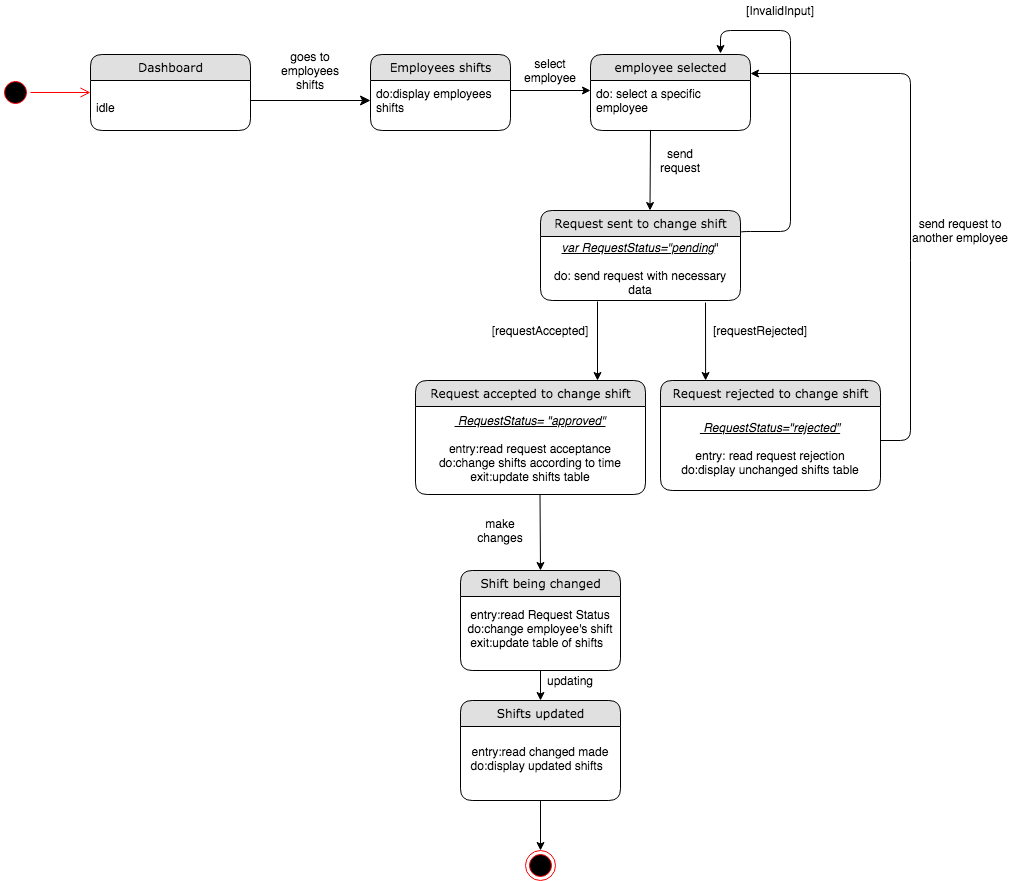
Above: Diagrams/State Chart Diagrams FINAL/ST_14 CHANGE EMPLOYEE SHIFT.png in kkasharaj17/SE-project (draw.io), before the change. Source tidied: cells renumbered, new cells last; positions are measured from the earlier drawing's top-left corner, leaving out a move shared by most shapes.
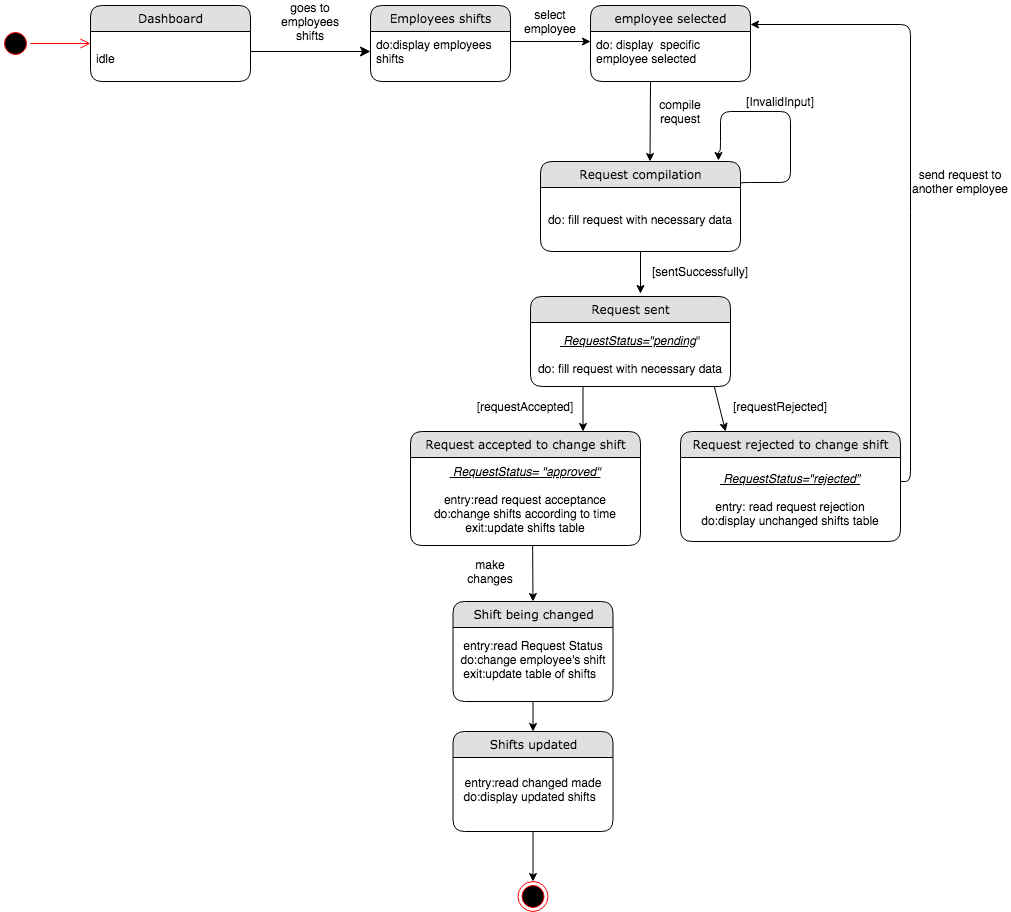
After the change.

Change to the diagram source:
```diff
@@ -33,12 +33,6 @@
         <mxPoint x="649.5" y="210" as="targetPoint" />
       </mxGeometry>
     </mxCell>
-    <mxCell id="9" value="Request sent to change shift" style="swimlane;html=1;fontStyle=0;horizontal=1;startSize=26;fillColor=#e0e0e0;swimlaneFillColor=#ffffff;align=center;rounded=1;shadow=0;comic=0;labelBackgroundColor=none;strokeWidth=1;fontFamily=Verdana;fontSize=12;" parent="1" vertex="1">
-      <mxGeometry x="540" y="210" width="200" height="90" as="geometry" />
-    </mxCell>
-    <mxCell id="10" value="&lt;i&gt;&lt;u&gt;var RequestStatus=&quot;pending&lt;/u&gt;&lt;/i&gt;&quot;&lt;br&gt;&lt;br&gt;do: send request with necessary data" style="text;html=1;strokeColor=none;fillColor=none;align=center;verticalAlign=middle;whiteSpace=wrap;rounded=0;" parent="9" vertex="1">
-      <mxGeometry y="26" width="200" height="64" as="geometry" />
-    </mxCell>
     <mxCell id="11" value="Employees shifts" style="swimlane;html=1;fontStyle=0;horizontal=1;startSize=26;fillColor=#e0e0e0;swimlaneFillColor=#ffffff;align=center;rounded=1;shadow=0;comic=0;labelBackgroundColor=none;strokeWidth=1;fontFamily=Verdana;fontSize=12;" parent="1" vertex="1">
       <mxGeometry x="370" y="54" width="140" height="76" as="geometry" />
     </mxCell>
@@ -54,106 +48,124 @@
     <mxCell id="14" value="employee selected" style="swimlane;html=1;fontStyle=0;horizontal=1;startSize=26;fillColor=#e0e0e0;swimlaneFillColor=#ffffff;align=center;rounded=1;shadow=0;comic=0;labelBackgroundColor=none;strokeWidth=1;fontFamily=Verdana;fontSize=12;" parent="1" vertex="1">
       <mxGeometry x="590" y="54" width="160" height="76" as="geometry" />
     </mxCell>
-    <mxCell id="15" value="do: select a specific employee" style="text;html=1;strokeColor=none;fillColor=none;spacingLeft=4;spacingRight=4;whiteSpace=wrap;overflow=hidden;" parent="14" vertex="1">
+    <mxCell id="15" value="do: display&amp;nbsp; specific employee selected" style="text;html=1;strokeColor=none;fillColor=none;spacingLeft=4;spacingRight=4;whiteSpace=wrap;overflow=hidden;" parent="14" vertex="1">
       <mxGeometry y="26" width="160" height="34" as="geometry" />
     </mxCell>
     <mxCell id="16" value="select employee" style="text;html=1;strokeColor=none;fillColor=none;align=center;verticalAlign=middle;whiteSpace=wrap;rounded=0;" parent="1" vertex="1">
       <mxGeometry x="530" y="60" width="40" height="20" as="geometry" />
     </mxCell>
+    <mxCell id="9" value="Request compilation" style="swimlane;html=1;fontStyle=0;horizontal=1;startSize=26;fillColor=#e0e0e0;swimlaneFillColor=#ffffff;align=center;rounded=1;shadow=0;comic=0;labelBackgroundColor=none;strokeWidth=1;fontFamily=Verdana;fontSize=12;" parent="1" vertex="1">
+      <mxGeometry x="540" y="210" width="200" height="90" as="geometry" />
+    </mxCell>
+    <mxCell id="10" value="do: fill request with necessary data" style="text;html=1;strokeColor=none;fillColor=none;align=center;verticalAlign=middle;whiteSpace=wrap;rounded=0;" parent="9" vertex="1">
+      <mxGeometry y="26" width="200" height="64" as="geometry" />
+    </mxCell>
     <mxCell id="17" style="ellipse;html=1;shape=endState;fillColor=#000000;strokeColor=#ff0000;" parent="1" vertex="1">
-      <mxGeometry x="525" y="850" width="30" height="30" as="geometry" />
+      <mxGeometry x="517.5" y="930" width="30" height="30" as="geometry" />
     </mxCell>
-    <mxCell id="18" style="edgeStyle=segmentEdgeStyle;endArrow=classic;html=1;exitX=1;exitY=0.25;exitDx=0;exitDy=0;" parent="1" edge="1" source="9">
+    <mxCell id="18" style="edgeStyle=segmentEdgeStyle;endArrow=classic;html=1;exitX=1;exitY=0.25;exitDx=0;exitDy=0;entryX=0.89;entryY=-0.011;entryDx=0;entryDy=0;entryPerimeter=0;" parent="1" edge="1" source="9" target="9">
       <mxGeometry relative="1" as="geometry">
-        <mxPoint x="720" y="53" as="targetPoint" />
         <Array as="points">
           <mxPoint x="740" y="231" />
           <mxPoint x="790" y="231" />
-          <mxPoint x="790" y="30" />
-          <mxPoint x="720" y="30" />
+          <mxPoint x="790" y="160" />
+          <mxPoint x="720" y="160" />
+          <mxPoint x="720" y="200" />
+          <mxPoint x="718" y="200" />
         </Array>
       </mxGeometry>
     </mxCell>
     <mxCell id="19" value="[InvalidInput]" style="text;html=1;strokeColor=none;fillColor=none;align=center;verticalAlign=middle;whiteSpace=wrap;rounded=0;" parent="1" vertex="1">
-      <mxGeometry x="760" width="40" height="20" as="geometry" />
+      <mxGeometry x="760" y="140" width="40" height="20" as="geometry" />
     </mxCell>
-    <mxCell id="20" value="send request" style="text;html=1;strokeColor=none;fillColor=none;align=center;verticalAlign=middle;whiteSpace=wrap;rounded=0;" parent="1" vertex="1">
+    <mxCell id="20" value="compile request" style="text;html=1;strokeColor=none;fillColor=none;align=center;verticalAlign=middle;whiteSpace=wrap;rounded=0;" parent="1" vertex="1">
       <mxGeometry x="660" y="150" width="40" height="20" as="geometry" />
     </mxCell>
     <mxCell id="21" style="endArrow=classic;html=1;entryX=0.5;entryY=0;entryDx=0;entryDy=0;" parent="1" edge="1" target="17">
       <mxGeometry relative="1" as="geometry">
-        <mxPoint x="540" y="800" as="sourcePoint" />
+        <mxPoint x="532.5" y="880" as="sourcePoint" />
       </mxGeometry>
     </mxCell>
-    <mxCell id="22" style="endArrow=classic;html=1;exitX=0.285;exitY=1.016;exitDx=0;exitDy=0;exitPerimeter=0;" parent="1" edge="1" source="10">
+    <mxCell id="22" style="endArrow=classic;html=1;entryX=0.75;entryY=0;entryDx=0;entryDy=0;" parent="1" edge="1" target="29">
       <mxGeometry relative="1" as="geometry">
-        <mxPoint x="597" y="380" as="targetPoint" />
+        <mxPoint x="582.5" y="430" as="sourcePoint" />
       </mxGeometry>
     </mxCell>
     <mxCell id="23" value="[requestRejected]" style="text;html=1;strokeColor=none;fillColor=none;align=center;verticalAlign=middle;whiteSpace=wrap;rounded=0;" parent="1" vertex="1">
-      <mxGeometry x="740" y="320" width="40" height="20" as="geometry" />
+      <mxGeometry x="760" y="445" width="40" height="20" as="geometry" />
     </mxCell>
     <mxCell id="24" value="[requestAccepted]" style="text;html=1;strokeColor=none;fillColor=none;align=center;verticalAlign=middle;whiteSpace=wrap;rounded=0;" parent="1" vertex="1">
-      <mxGeometry x="480" y="300" width="120" height="60" as="geometry" />
+      <mxGeometry x="465" y="425" width="120" height="60" as="geometry" />
     </mxCell>
     <mxCell id="25" style="endArrow=classic;html=1;entryX=0.205;entryY=0;entryDx=0;entryDy=0;entryPerimeter=0;" parent="1" edge="1" target="31">
       <mxGeometry relative="1" as="geometry">
-        <mxPoint x="705" y="302" as="sourcePoint" />
+        <mxPoint x="705" y="400" as="sourcePoint" />
       </mxGeometry>
     </mxCell>
     <mxCell id="26" style="endArrow=classic;html=1;entryX=0.5;entryY=0;entryDx=0;entryDy=0;" parent="1" edge="1" target="33">
       <mxGeometry relative="1" as="geometry">
-        <mxPoint x="539.5" y="494" as="sourcePoint" />
+        <mxPoint x="532" y="574" as="sourcePoint" />
       </mxGeometry>
     </mxCell>
     <mxCell id="27" value="send request to another employee" style="text;html=1;strokeColor=none;fillColor=none;align=center;verticalAlign=middle;whiteSpace=wrap;rounded=0;" parent="1" vertex="1">
       <mxGeometry x="910" y="220" width="100" height="20" as="geometry" />
     </mxCell>
     <mxCell id="28" value="make changes" style="text;html=1;strokeColor=none;fillColor=none;align=center;verticalAlign=middle;whiteSpace=wrap;rounded=0;" parent="1" vertex="1">
-      <mxGeometry x="480" y="520" width="40" height="20" as="geometry" />
+      <mxGeometry x="470" y="610" width="40" height="20" as="geometry" />
     </mxCell>
+    <mxCell id="35" style="endArrow=classic;html=1;entryX=1;entryY=0.25;entryDx=0;entryDy=0;" parent="1" edge="1" target="14">
+      <mxGeometry relative="1" as="geometry">
+        <mxPoint x="900" y="530" as="sourcePoint" />
+        <Array as="points">
+          <mxPoint x="910" y="530" />
+          <mxPoint x="910" y="250" />
+          <mxPoint x="910" y="73" />
+        </Array>
+      </mxGeometry>
+    </mxCell>
+    <mxCell id="38" style="endArrow=classic;html=1;" parent="1" edge="1">
+      <mxGeometry relative="1" as="geometry">
+        <mxPoint x="532.5" y="750" as="sourcePoint" />
+        <mxPoint x="532.5" y="780" as="targetPoint" />
+      </mxGeometry>
+    </mxCell>
+    <mxCell id="33" value="Shift being changed" style="swimlane;html=1;fontStyle=0;horizontal=1;startSize=26;fillColor=#e0e0e0;swimlaneFillColor=#ffffff;align=center;rounded=1;shadow=0;comic=0;labelBackgroundColor=none;strokeWidth=1;fontFamily=Verdana;fontSize=12;" parent="1" vertex="1">
+      <mxGeometry x="452.5" y="650" width="160" height="100" as="geometry" />
+    </mxCell>
+    <mxCell id="34" value="entry:read Request Status&lt;br&gt;do:change employee's shift&lt;br&gt;exit:update table of shifts&amp;nbsp;&amp;nbsp;" style="text;html=1;strokeColor=none;fillColor=none;align=center;verticalAlign=middle;whiteSpace=wrap;rounded=0;" parent="33" vertex="1">
+      <mxGeometry y="26" width="160" height="64" as="geometry" />
+    </mxCell>
+    <mxCell id="36" value="Shifts updated" style="swimlane;html=1;fontStyle=0;horizontal=1;startSize=26;fillColor=#e0e0e0;swimlaneFillColor=#ffffff;align=center;rounded=1;shadow=0;comic=0;labelBackgroundColor=none;strokeWidth=1;fontFamily=Verdana;fontSize=12;" parent="1" vertex="1">
+      <mxGeometry x="452.5" y="780" width="160" height="100" as="geometry" />
+    </mxCell>
+    <mxCell id="37" value="entry:read changed made&lt;br&gt;do:display updated shifts&amp;nbsp;&amp;nbsp;" style="text;html=1;strokeColor=none;fillColor=none;align=center;verticalAlign=middle;whiteSpace=wrap;rounded=0;" parent="36" vertex="1">
+      <mxGeometry y="26" width="160" height="64" as="geometry" />
+    </mxCell>
+    <mxCell id="40" style="endArrow=classic;html=1;entryX=0.55;entryY=-0.033;entryDx=0;entryDy=0;entryPerimeter=0;" parent="1" edge="1" target="42">
+      <mxGeometry relative="1" as="geometry">
+        <mxPoint x="640" y="300" as="sourcePoint" />
+      </mxGeometry>
+    </mxCell>
+    <mxCell id="41" value="[sentSuccessfully]" style="text;html=1;strokeColor=none;fillColor=none;align=center;verticalAlign=middle;whiteSpace=wrap;rounded=0;" parent="1" vertex="1">
+      <mxGeometry x="640" y="290" width="120" height="60" as="geometry" />
+    </mxCell>
+    <mxCell id="42" value="Request sent" style="swimlane;html=1;fontStyle=0;horizontal=1;startSize=26;fillColor=#e0e0e0;swimlaneFillColor=#ffffff;align=center;rounded=1;shadow=0;comic=0;labelBackgroundColor=none;strokeWidth=1;fontFamily=Verdana;fontSize=12;" parent="1" vertex="1">
+      <mxGeometry x="530" y="345" width="200" height="90" as="geometry" />
+    </mxCell>
+    <mxCell id="43" value="&lt;i&gt;&lt;u&gt;&amp;nbsp;RequestStatus=&quot;pending&lt;/u&gt;&lt;/i&gt;&quot;&lt;br&gt;&lt;br&gt;do: fill request with necessary data" style="text;html=1;strokeColor=none;fillColor=none;align=center;verticalAlign=middle;whiteSpace=wrap;rounded=0;" parent="42" vertex="1">
+      <mxGeometry y="26" width="200" height="64" as="geometry" />
+    </mxCell>
+    <mxCell id="31" value="Request rejected to change shift" style="swimlane;html=1;fontStyle=0;horizontal=1;startSize=26;fillColor=#e0e0e0;swimlaneFillColor=#ffffff;align=center;rounded=1;shadow=0;comic=0;labelBackgroundColor=none;strokeWidth=1;fontFamily=Verdana;fontSize=12;" parent="1" vertex="1">
+      <mxGeometry x="680" y="480" width="220" height="110" as="geometry" />
+    </mxCell>
+    <mxCell id="32" value="&lt;i&gt;&lt;u&gt;&amp;nbsp;RequestStatus=&quot;rejected&quot;&lt;/u&gt;&lt;/i&gt;&lt;br&gt;&lt;br&gt;entry: read request rejection&lt;br&gt;do:display unchanged shifts table" style="text;html=1;strokeColor=none;fillColor=none;align=center;verticalAlign=middle;whiteSpace=wrap;rounded=0;" parent="31" vertex="1">
+      <mxGeometry y="26" width="220" height="84" as="geometry" />
+    </mxCell>
     <mxCell id="29" value="Request accepted to change shift" style="swimlane;html=1;fontStyle=0;horizontal=1;startSize=26;fillColor=#e0e0e0;swimlaneFillColor=#ffffff;align=center;rounded=1;shadow=0;comic=0;labelBackgroundColor=none;strokeWidth=1;fontFamily=Verdana;fontSize=12;" parent="1" vertex="1">
-      <mxGeometry x="415" y="380" width="230" height="114" as="geometry" />
+      <mxGeometry x="410" y="480" width="230" height="114" as="geometry" />
     </mxCell>
     <mxCell id="30" value="&lt;i&gt;&lt;u&gt;&amp;nbsp;RequestStatus= &quot;approved&quot;&lt;/u&gt;&lt;/i&gt;&lt;br&gt;&lt;br&gt;entry:read request acceptance&lt;br&gt;do:change shifts according to time&lt;br&gt;exit:update shifts table" style="text;html=1;strokeColor=none;fillColor=none;align=center;verticalAlign=middle;whiteSpace=wrap;rounded=0;" parent="29" vertex="1">
       <mxGeometry y="26" width="230" height="84" as="geometry" />
     </mxCell>
-    <mxCell id="31" value="Request rejected to change shift" style="swimlane;html=1;fontStyle=0;horizontal=1;startSize=26;fillColor=#e0e0e0;swimlaneFillColor=#ffffff;align=center;rounded=1;shadow=0;comic=0;labelBackgroundColor=none;strokeWidth=1;fontFamily=Verdana;fontSize=12;" parent="1" vertex="1">
-      <mxGeometry x="660" y="380" width="220" height="110" as="geometry" />
-    </mxCell>
-    <mxCell id="32" value="&lt;i&gt;&lt;u&gt;&amp;nbsp;RequestStatus=&quot;rejected&quot;&lt;/u&gt;&lt;/i&gt;&lt;br&gt;&lt;br&gt;entry: read request rejection&lt;br&gt;do:display unchanged shifts table" style="text;html=1;strokeColor=none;fillColor=none;align=center;verticalAlign=middle;whiteSpace=wrap;rounded=0;" parent="31" vertex="1">
-      <mxGeometry y="26" width="220" height="84" as="geometry" />
-    </mxCell>
-    <mxCell id="33" value="Shift being changed" style="swimlane;html=1;fontStyle=0;horizontal=1;startSize=26;fillColor=#e0e0e0;swimlaneFillColor=#ffffff;align=center;rounded=1;shadow=0;comic=0;labelBackgroundColor=none;strokeWidth=1;fontFamily=Verdana;fontSize=12;" parent="1" vertex="1">
-      <mxGeometry x="460" y="570" width="160" height="100" as="geometry" />
-    </mxCell>
-    <mxCell id="34" value="entry:read Request Status&lt;br&gt;do:change employee's shift&lt;br&gt;exit:update table of shifts&amp;nbsp;&amp;nbsp;" style="text;html=1;strokeColor=none;fillColor=none;align=center;verticalAlign=middle;whiteSpace=wrap;rounded=0;" parent="33" vertex="1">
-      <mxGeometry y="26" width="160" height="64" as="geometry" />
-    </mxCell>
-    <mxCell id="35" style="endArrow=classic;html=1;entryX=1;entryY=0.25;entryDx=0;entryDy=0;" parent="1" edge="1" target="14">
-      <mxGeometry relative="1" as="geometry">
-        <mxPoint x="880" y="440" as="sourcePoint" />
-        <Array as="points">
-          <mxPoint x="910" y="440" />
-          <mxPoint x="910" y="250" />
-          <mxPoint x="910" y="73" />
-        </Array>
-      </mxGeometry>
-    </mxCell>
-    <mxCell id="36" value="Shifts updated" style="swimlane;html=1;fontStyle=0;horizontal=1;startSize=26;fillColor=#e0e0e0;swimlaneFillColor=#ffffff;align=center;rounded=1;shadow=0;comic=0;labelBackgroundColor=none;strokeWidth=1;fontFamily=Verdana;fontSize=12;" parent="1" vertex="1">
-      <mxGeometry x="460" y="700" width="160" height="100" as="geometry" />
-    </mxCell>
-    <mxCell id="37" value="entry:read changed made&lt;br&gt;do:display updated shifts&amp;nbsp;&amp;nbsp;" style="text;html=1;strokeColor=none;fillColor=none;align=center;verticalAlign=middle;whiteSpace=wrap;rounded=0;" parent="36" vertex="1">
-      <mxGeometry y="26" width="160" height="64" as="geometry" />
-    </mxCell>
-    <mxCell id="38" style="endArrow=classic;html=1;" parent="1" edge="1">
-      <mxGeometry relative="1" as="geometry">
-        <mxPoint x="540" y="670" as="sourcePoint" />
-        <mxPoint x="540" y="700" as="targetPoint" />
-      </mxGeometry>
-    </mxCell>
-    <mxCell id="39" value="updating" style="text;html=1;strokeColor=none;fillColor=none;align=center;verticalAlign=middle;whiteSpace=wrap;rounded=0;" parent="1" vertex="1">
-      <mxGeometry x="550" y="670" width="40" height="20" as="geometry" />
-    </mxCell>
   </root>
 </mxGraphModel>
```
